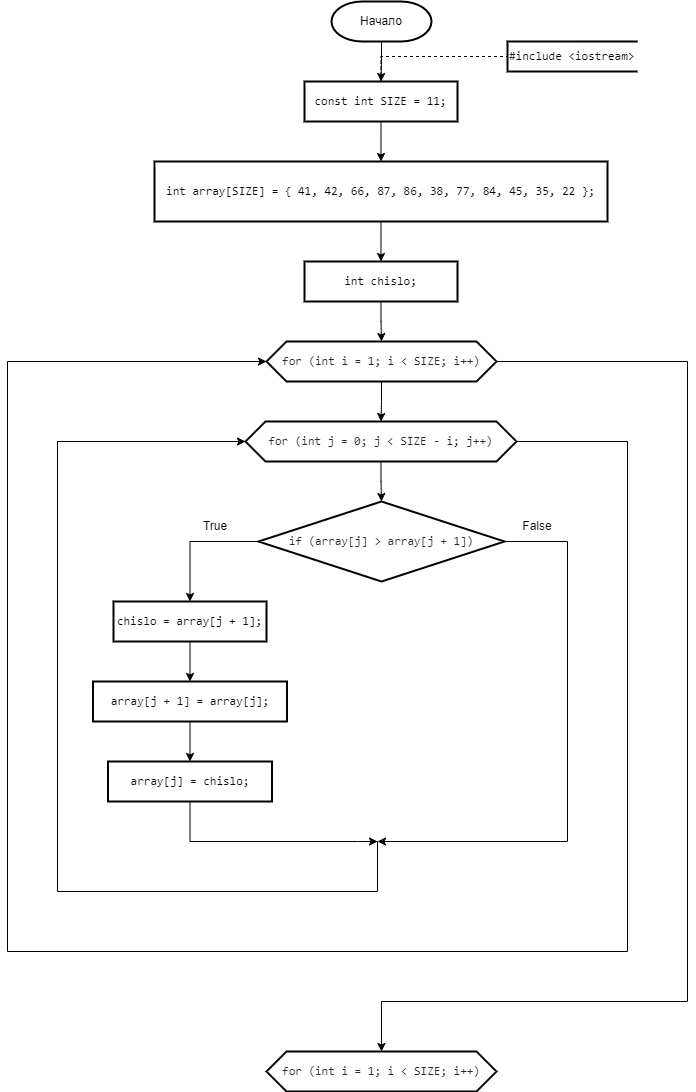
Earlier version of the draw.io export Labs/Сортировка пузырьком.png (IlyaFedoseev227/LABS-PNRPU-IVT-22-1b). Source tidied: cells renumbered, new cells last; positions are measured from the earlier drawing's top-left corner, leaving out a move shared by most shapes.
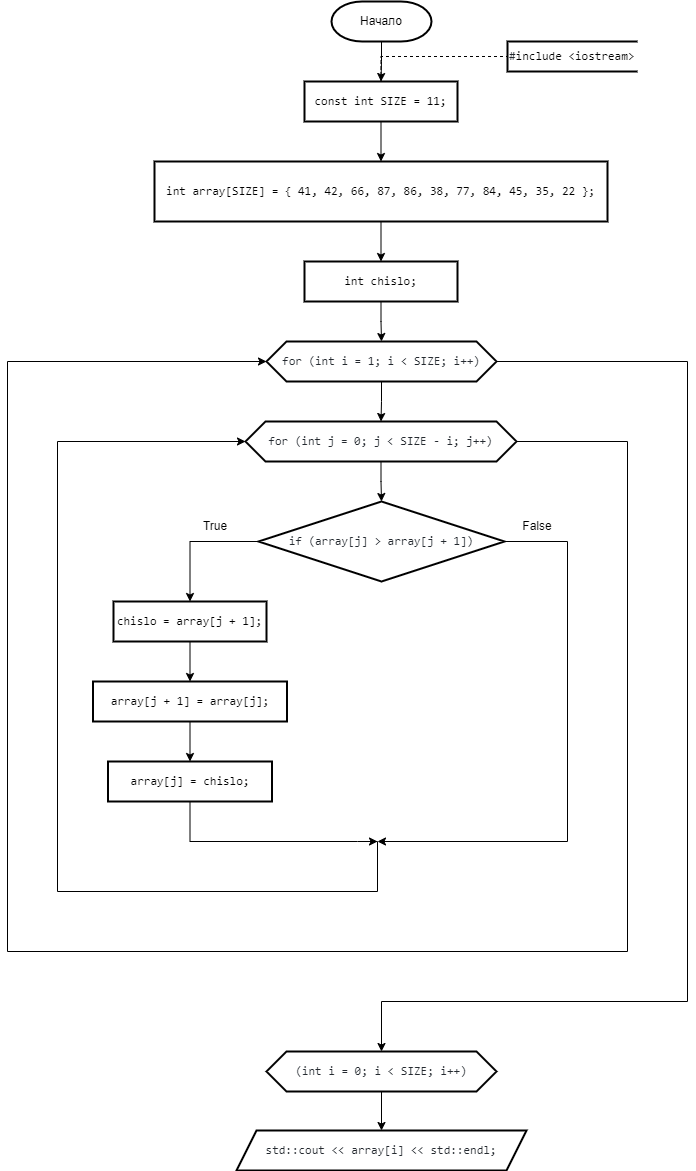
After the change.

Change to the diagram source:
```diff
@@ -119,8 +119,14 @@
     <mxCell id="29" value="&lt;div style=&quot;text-align: start;&quot;&gt;&lt;font face=&quot;ui-monospace, SFMono-Regular, SF Mono, Menlo, Consolas, Liberation Mono, monospace&quot;&gt;array[j] = chislo;&lt;/font&gt;&lt;br&gt;&lt;/div&gt;" style="shape=parallelogram;perimeter=parallelogramPerimeter;whiteSpace=wrap;html=1;fixedSize=1;strokeWidth=2;size=-6;" parent="1" vertex="1">
       <mxGeometry x="100.5" y="760" width="164" height="40" as="geometry" />
     </mxCell>
+    <mxCell id="31" style="edgeStyle=orthogonalEdgeStyle;rounded=0;jettySize=auto;html=1;exitX=0.5;exitY=1;exitDx=0;exitDy=0;entryX=0.5;entryY=0;entryDx=0;entryDy=0;" parent="1" edge="1" source="30" target="32">
+      <mxGeometry relative="1" as="geometry" />
+    </mxCell>
-    <mxCell id="30" value="&lt;div style=&quot;text-align: start;&quot;&gt;&lt;span style=&quot;background-color: initial;&quot;&gt;&lt;font face=&quot;ui-monospace, SFMono-Regular, SF Mono, Menlo, Consolas, Liberation Mono, monospace&quot; color=&quot;#24292f&quot;&gt;for (int i = 1; i &amp;lt; SIZE; i++)&lt;/font&gt;&lt;/span&gt;&lt;/div&gt;" style="shape=hexagon;perimeter=hexagonPerimeter2;whiteSpace=wrap;html=1;fixedSize=1;strokeWidth=2;" parent="1" vertex="1">
+    <mxCell id="30" value="&lt;div style=&quot;text-align: start;&quot;&gt;&lt;font face=&quot;ui-monospace, SFMono-Regular, SF Mono, Menlo, Consolas, Liberation Mono, monospace&quot; color=&quot;#24292f&quot;&gt;(int i = 0; i &amp;lt; SIZE; i++)&lt;/font&gt;&lt;br&gt;&lt;/div&gt;" style="shape=hexagon;perimeter=hexagonPerimeter2;whiteSpace=wrap;html=1;fixedSize=1;strokeWidth=2;" parent="1" vertex="1">
       <mxGeometry x="259" y="1050" width="230" height="40" as="geometry" />
     </mxCell>
+    <mxCell id="32" value="&lt;div style=&quot;text-align: start;&quot;&gt;&lt;font face=&quot;ui-monospace, SFMono-Regular, SF Mono, Menlo, Consolas, Liberation Mono, monospace&quot; color=&quot;#24292f&quot;&gt;std::cout &amp;lt;&amp;lt; array[i] &amp;lt;&amp;lt; std::endl;&lt;/font&gt;&lt;br&gt;&lt;/div&gt;" style="shape=parallelogram;perimeter=parallelogramPerimeter;whiteSpace=wrap;html=1;fixedSize=1;strokeWidth=2;size=20;" parent="1" vertex="1">
+      <mxGeometry x="229" y="1129" width="290" height="40" as="geometry" />
+    </mxCell>
   </root>
 </mxGraphModel>
```
